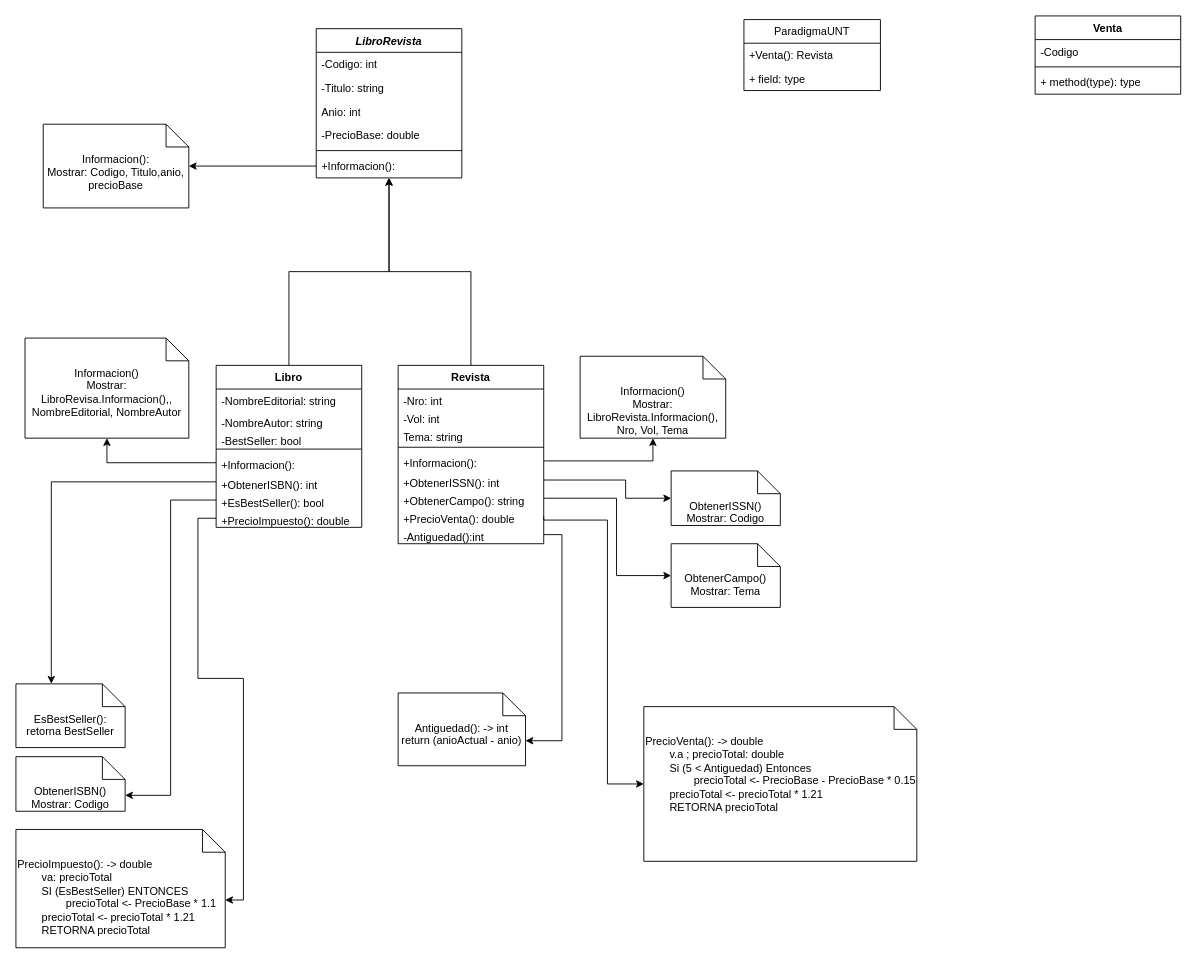
Before: Tp4/Diagrama sin título.drawio in Cesar24-orellana/Paradigma-de-programacion, a draw.io diagram. Source tidied: cells renumbered, new cells numbered last; positions are measured from the earlier drawing's top-left corner, leaving out a move shared by most shapes. Both pictures are drawn from the tidied source at 91%, with x=0, y=0 at pixel (15, 15).
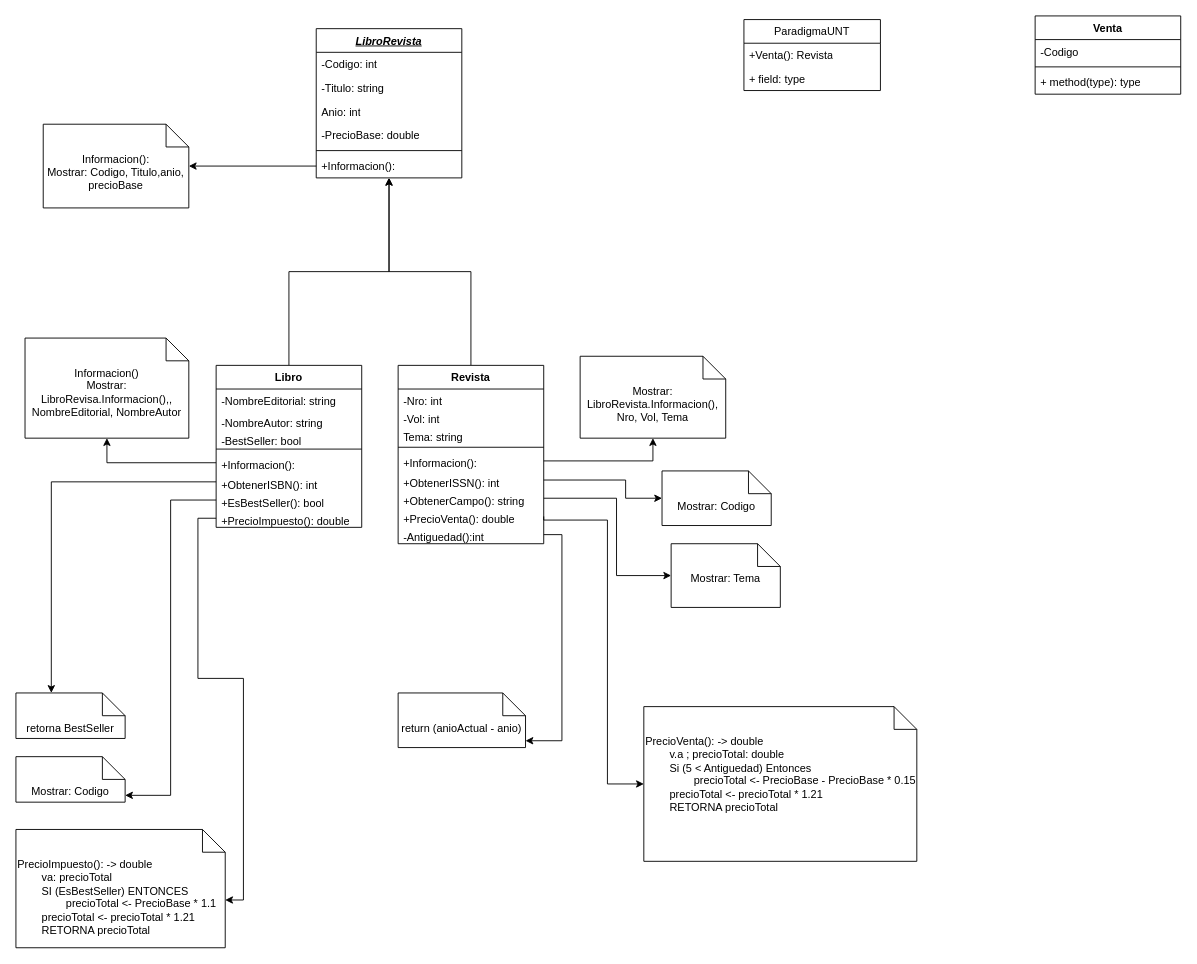
Above is the later version.

The edit, as a diff of the source:
```diff
@@
-    <mxCell id="24" value="&lt;div&gt;ObtenerISBN()&lt;/div&gt;Mostrar: Codigo" style="shape=note2;boundedLbl=1;whiteSpace=wrap;html=1;size=25;verticalAlign=top;align=center;" parent="1" vertex="1">
-      <mxGeometry y="814" width="120" height="60" as="geometry" />
+    <mxCell id="24" value="&lt;div&gt;&lt;span style=&quot;background-color: transparent; color: light-dark(rgb(0, 0, 0), rgb(255, 255, 255));&quot;&gt;Mostrar: Codigo&lt;/span&gt;&lt;/div&gt;" style="shape=note2;boundedLbl=1;whiteSpace=wrap;html=1;size=25;verticalAlign=top;align=center;" parent="1" vertex="1">
+      <mxGeometry y="814" width="120" height="50" as="geometry" />
     </mxCell>
-    <mxCell id="25" value="EsBestSeller():&lt;div&gt;retorna BestSeller&lt;/div&gt;" style="shape=note2;boundedLbl=1;whiteSpace=wrap;html=1;size=25;verticalAlign=top;align=center;" parent="1" vertex="1">
-      <mxGeometry y="734" width="120" height="70" as="geometry" />
+    <mxCell id="25" value="&lt;div&gt;retorna BestSeller&lt;/div&gt;" style="shape=note2;boundedLbl=1;whiteSpace=wrap;html=1;size=25;verticalAlign=top;align=center;" parent="1" vertex="1">
+      <mxGeometry y="744" width="120" height="50" as="geometry" />
     </mxCell>
@@
-    <mxCell id="31" value="Informacion()&lt;div&gt;Mostrar: LibroRevista.Informacion(), Nro, Vol, Tema&lt;/div&gt;" style="shape=note2;boundedLbl=1;whiteSpace=wrap;html=1;size=25;verticalAlign=top;align=center;" parent="1" vertex="1">
+    <mxCell id="31" value="&lt;div&gt;Mostrar: LibroRevista.Informacion(), Nro, Vol, Tema&lt;/div&gt;" style="shape=note2;boundedLbl=1;whiteSpace=wrap;html=1;size=25;verticalAlign=top;align=center;" parent="1" vertex="1">
       <mxGeometry x="620" y="374" width="160" height="90" as="geometry" />
     </mxCell>
@@
-    <mxCell id="33" value="ObtenerISSN()&lt;div&gt;Mostrar: Codigo&lt;/div&gt;" style="shape=note2;boundedLbl=1;whiteSpace=wrap;html=1;size=25;verticalAlign=top;align=center;" parent="1" vertex="1">
-      <mxGeometry x="720" y="500" width="120" height="60" as="geometry" />
+    <mxCell id="33" value="&lt;div&gt;Mostrar: Codigo&lt;/div&gt;" style="shape=note2;boundedLbl=1;whiteSpace=wrap;html=1;size=25;verticalAlign=top;align=center;" parent="1" vertex="1">
+      <mxGeometry x="710" y="500" width="120" height="60" as="geometry" />
     </mxCell>
-    <mxCell id="34" value="ObtenerCampo()&lt;div&gt;Mostrar: Tema&lt;/div&gt;" style="shape=note2;boundedLbl=1;whiteSpace=wrap;html=1;size=25;verticalAlign=top;align=center;" parent="1" vertex="1">
+    <mxCell id="34" value="&lt;span style=&quot;background-color: transparent; color: light-dark(rgb(0, 0, 0), rgb(255, 255, 255));&quot;&gt;Mostrar: Tema&lt;/span&gt;" style="shape=note2;boundedLbl=1;whiteSpace=wrap;html=1;size=25;verticalAlign=top;align=center;" parent="1" vertex="1">
       <mxGeometry x="720" y="580" width="120" height="70" as="geometry" />
     </mxCell>
@@
-    <mxCell id="36" value="Antiguedad(): -&amp;gt; int&lt;div&gt;return (anioActual - anio)&lt;/div&gt;" style="shape=note2;boundedLbl=1;whiteSpace=wrap;html=1;size=25;verticalAlign=top;align=center;" parent="1" vertex="1">
-      <mxGeometry x="420" y="744" width="140" height="80" as="geometry" />
+    <mxCell id="36" value="&lt;span style=&quot;background-color: transparent; color: light-dark(rgb(0, 0, 0), rgb(255, 255, 255));&quot;&gt;return (anioActual - anio)&lt;/span&gt;" style="shape=note2;boundedLbl=1;whiteSpace=wrap;html=1;size=25;verticalAlign=top;align=center;" parent="1" vertex="1">
+      <mxGeometry x="420" y="744" width="140" height="60" as="geometry" />
     </mxCell>
@@
-    <mxCell id="39" value="&lt;i&gt;LibroRevista&lt;/i&gt;" style="swimlane;fontStyle=1;align=center;verticalAlign=top;horizontal=1;startSize=26;whiteSpace=wrap;html=1;" parent="1" vertex="1">
+    <mxCell id="39" value="&lt;i&gt;&lt;u&gt;LibroRevista&lt;/u&gt;&lt;/i&gt;" style="swimlane;fontStyle=1;align=center;verticalAlign=top;horizontal=1;startSize=26;whiteSpace=wrap;html=1;" parent="1" vertex="1">
       <mxGeometry x="330" y="14" width="160" height="164" as="geometry" />
     </mxCell>
```
